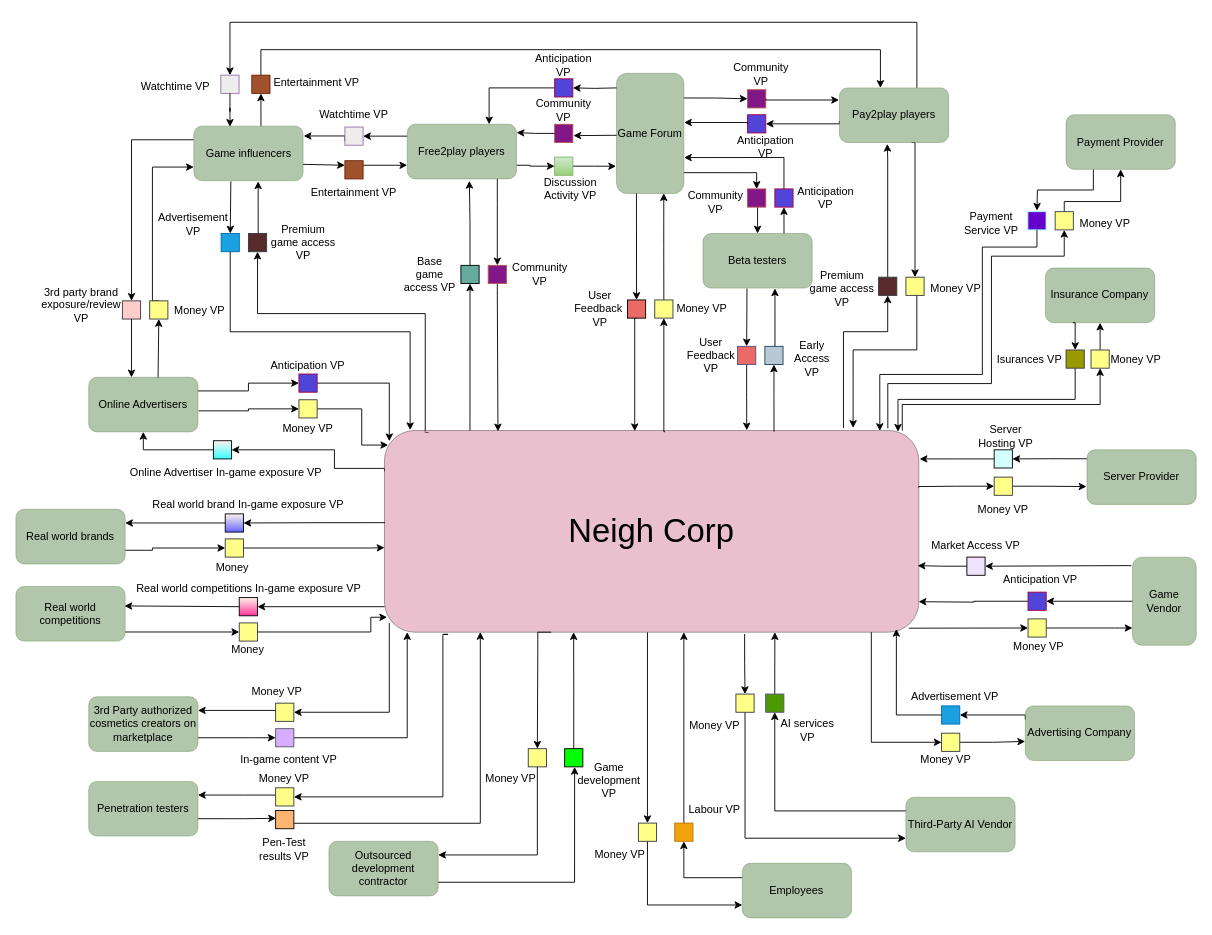
The draw.io diagram page "Diagram" (1 of 2) of media/IS1_Project_VDML.drawio in tudwiglemmel/Neigh-Corp---Golden-Meadows, before the edit. Source tidied: cells renumbered, new cells numbered last; positions are measured from the earlier drawing's top-left corner, leaving out a move shared by most shapes. Both pictures are drawn from the tidied source at 91%, with x=0, y=0 at pixel (15, 22).
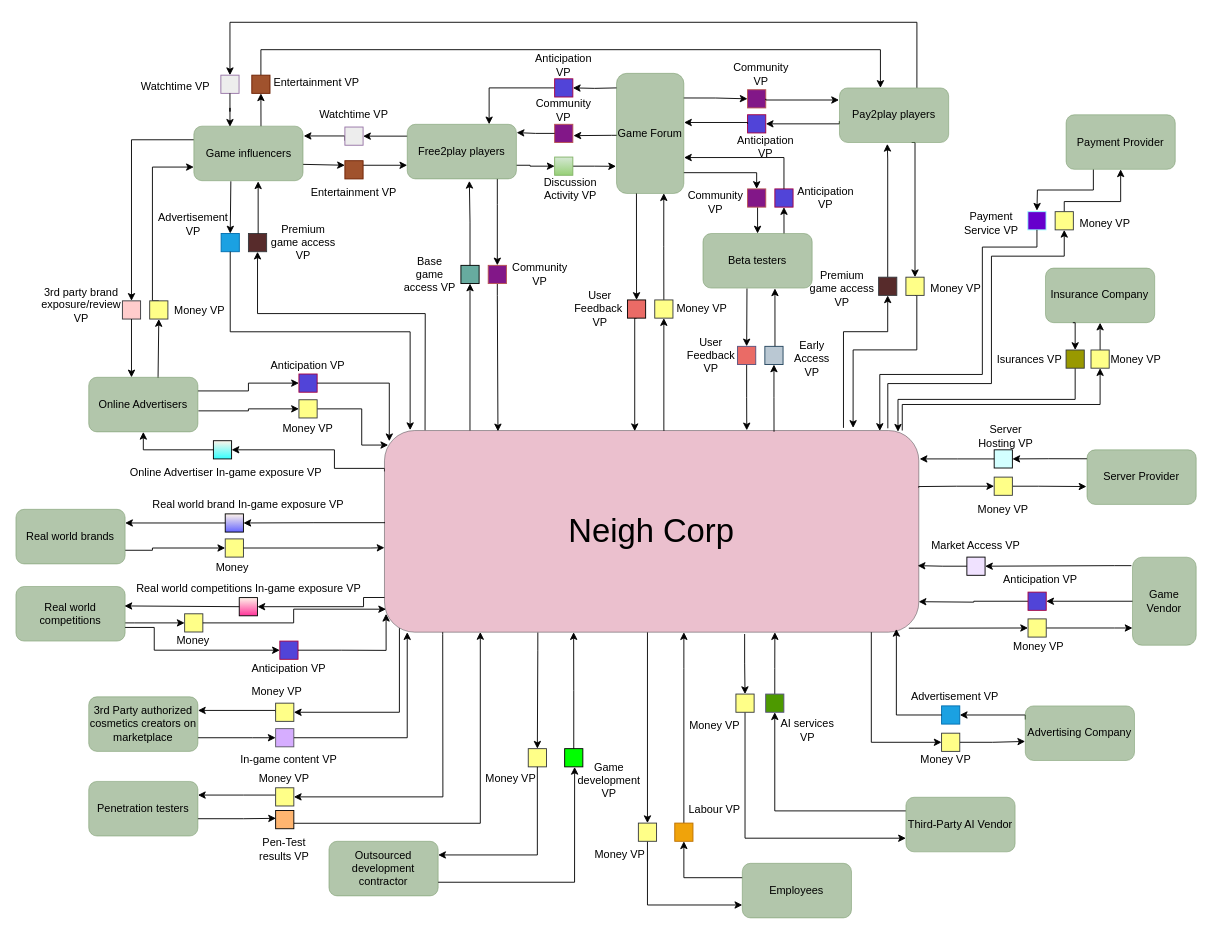
The same diagram, later.

The change refers to these unchanged cells:
```xml
<mxCell id="12" value="&lt;font style=&quot;font-size: 36px;&quot;&gt;Neigh Corp&lt;/font&gt;" style="rounded=1;whiteSpace=wrap;html=1;strokeColor=#36393d;align=center;verticalAlign=middle;fontFamily=Helvetica;fontSize=12;fillColor=light-dark(#D8829D,#903890);opacity=50;" parent="1" vertex="1">
  <mxGeometry x="405" y="448.6" width="587.2" height="221.6" as="geometry" />
</mxCell>
<mxCell id="45" style="whiteSpace=wrap;html=1;fillColor=#ffff88;strokeColor=#36393d;" parent="1" vertex="1">
  <mxGeometry x="285.4" y="841.2" width="20" height="20" as="geometry" />
</mxCell>
<mxCell id="56" style="whiteSpace=wrap;html=1;fillColor=#ffff88;strokeColor=#36393d;" parent="1" vertex="1">
  <mxGeometry x="285.4" y="748.2" width="20" height="20" as="geometry" />
</mxCell>
<mxCell id="83" style="whiteSpace=wrap;html=1;fillColor=#ffff88;strokeColor=#36393d;" parent="1" vertex="1">
  <mxGeometry x="563" y="798.2" width="20" height="20" as="geometry" />
</mxCell>
<mxCell id="95" style="whiteSpace=wrap;html=1;fillColor=#ffff88;strokeColor=#36393d;" parent="1" vertex="1">
  <mxGeometry x="702" y="305.1" width="20" height="20" as="geometry" />
</mxCell>
<mxCell id="135" style="whiteSpace=wrap;html=1;fillColor=light-dark(#572B2B,#572B2B);strokeColor=#36393d;" parent="1" vertex="1">
  <mxGeometry x="255.5" y="232.1" width="20" height="20" as="geometry" />
</mxCell>
<mxCell id="178" value="Real world competitions" style="rounded=1;whiteSpace=wrap;html=1;strokeColor=#678D58;align=center;verticalAlign=middle;fontFamily=Helvetica;fontSize=12;fontColor=default;fillColor=#678D58;opacity=50;" parent="1" vertex="1">
  <mxGeometry y="620" width="120" height="60" as="geometry" />
</mxCell>
<mxCell id="185" style="whiteSpace=wrap;html=1;strokeColor=default;align=center;verticalAlign=middle;fontFamily=Helvetica;fontSize=12;fontColor=default;fillColor=#FFF4EA;gradientColor=#FF3399;" parent="1" vertex="1">
  <mxGeometry x="245.4" y="632.2" width="20" height="20" as="geometry" />
</mxCell>
```

What changed in the source:
```diff
@@
-    <mxCell id="3" style="edgeStyle=orthogonalEdgeStyle;rounded=0;jettySize=auto;html=1;entryX=1;entryY=0.5;entryDx=0;entryDy=0;" parent="1" edge="1" target="45">
+    <mxCell id="3" style="edgeStyle=orthogonalEdgeStyle;rounded=0;jettySize=auto;html=1;entryX=1;entryY=0.5;entryDx=0;entryDy=0;exitX=0.109;exitY=0.999;exitDx=0;exitDy=0;exitPerimeter=0;" parent="1" edge="1" source="12" target="45">
       <mxGeometry relative="1" as="geometry">
-        <mxPoint x="470" y="672.6" as="sourcePoint" />
         <Array as="points">
-          <mxPoint x="474.9" y="672.6" />
-          <mxPoint x="469.2" y="672.6" />
+          <mxPoint x="469" y="672.6" />
+          <mxPoint x="469.2" y="677" />
           <mxPoint x="469.2" y="851.2" />
         </Array>
       </mxGeometry>
     </mxCell>
@@
-    <mxCell id="5" style="edgeStyle=orthogonalEdgeStyle;rounded=0;jettySize=auto;html=1;entryX=1;entryY=0.5;entryDx=0;entryDy=0;exitX=0.009;exitY=0.955;exitDx=0;exitDy=0;exitPerimeter=0;" parent="1" edge="1" source="12" target="56">
+    <mxCell id="5" style="edgeStyle=orthogonalEdgeStyle;rounded=0;jettySize=auto;html=1;entryX=1;entryY=0.5;entryDx=0;entryDy=0;exitX=0.028;exitY=0.98;exitDx=0;exitDy=0;exitPerimeter=0;" parent="1" edge="1" source="12" target="56">
       <mxGeometry relative="1" as="geometry">
         <Array as="points">
-          <mxPoint x="409.9" y="758.2" />
+          <mxPoint x="421.4" y="758.2" />
         </Array>
       </mxGeometry>
     </mxCell>
@@
-    <mxCell id="8" style="rounded=0;jettySize=auto;html=1;exitX=0.083;exitY=0.01;exitDx=0;exitDy=0;entryX=0.5;entryY=1;entryDx=0;entryDy=0;exitPerimeter=0;edgeStyle=orthogonalEdgeStyle;" parent="1" edge="1" source="12" target="135">
-      <mxGeometry relative="1" as="geometry">
+    <mxCell id="8" style="rounded=0;jettySize=auto;html=1;exitX=0.076;exitY=-0.001;exitDx=0;exitDy=0;entryX=0.5;entryY=1;entryDx=0;entryDy=0;exitPerimeter=0;edgeStyle=orthogonalEdgeStyle;" parent="1" edge="1" source="12" target="135">
+      <mxGeometry x="-0.02" relative="1" as="geometry">
         <Array as="points">
+          <mxPoint x="449.6" y="447" />
           <mxPoint x="449.8" y="320.1" />
           <mxPoint x="265.5" y="320.1" />
         </Array>
       </mxGeometry>
     </mxCell>
@@
-    <mxCell id="92" style="edgeStyle=orthogonalEdgeStyle;rounded=0;jettySize=auto;html=1;exitX=0.5;exitY=1;exitDx=0;exitDy=0;startArrow=classic;startFill=1;endArrow=none;endFill=0;entryX=0.525;entryY=0.006;entryDx=0;entryDy=0;entryPerimeter=0;" parent="1" edge="1" source="95" target="12">
-      <mxGeometry relative="1" as="geometry">
+    <mxCell id="92" style="edgeStyle=orthogonalEdgeStyle;rounded=0;jettySize=auto;html=1;exitX=0.5;exitY=1;exitDx=0;exitDy=0;startArrow=classic;startFill=1;endArrow=none;endFill=0;entryX=0.523;entryY=0.002;entryDx=0;entryDy=0;entryPerimeter=0;" parent="1" edge="1" source="95" target="12">
+      <mxGeometry x="0.02" relative="1" as="geometry">
         <Array as="points">
-          <mxPoint x="712.3" y="449.9" />
+          <mxPoint x="712" y="447" />
         </Array>
       </mxGeometry>
     </mxCell>
@@
-    <mxCell id="177" style="edgeStyle=orthogonalEdgeStyle;rounded=0;jettySize=auto;html=1;entryX=0;entryY=0.5;entryDx=0;entryDy=0;" parent="1" edge="1" source="178" target="190">
+    <mxCell id="177" style="edgeStyle=orthogonalEdgeStyle;rounded=0;jettySize=auto;html=1;entryX=0;entryY=0.5;entryDx=0;entryDy=0;" parent="1" edge="1" target="190">
       <mxGeometry relative="1" as="geometry">
+        <mxPoint x="120" y="660" as="sourcePoint" />
         <Array as="points">
-          <mxPoint x="130" y="670.2" />
+          <mxPoint x="130" y="660.2" />
         </Array>
       </mxGeometry>
     </mxCell>
@@
-    <mxCell id="184" style="edgeStyle=orthogonalEdgeStyle;rounded=0;jettySize=auto;html=1;" parent="1" edge="1" target="185">
-      <mxGeometry relative="1" as="geometry">
-        <mxPoint x="405" y="642.2" as="sourcePoint" />
+    <mxCell id="184" style="edgeStyle=orthogonalEdgeStyle;rounded=0;jettySize=auto;html=1;exitX=0;exitY=0.828;exitDx=0;exitDy=0;exitPerimeter=0;" parent="1" edge="1" source="12" target="185">
+      <mxGeometry x="0.15" relative="1" as="geometry">
         <Array as="points">
-          <mxPoint x="405" y="642.2" />
+          <mxPoint x="382" y="632.1" />
+          <mxPoint x="382" y="642.2" />
         </Array>
       </mxGeometry>
     </mxCell>
@@
     <mxCell id="187" value="Money" style="text;html=1;whiteSpace=wrap;strokeColor=none;fillColor=none;align=center;verticalAlign=middle;rounded=0;" parent="1" vertex="1">
-      <mxGeometry x="225.4" y="680" width="60" height="20" as="geometry" />
+      <mxGeometry x="165.4" y="670" width="60" height="20" as="geometry" />
     </mxCell>
@@
     <mxCell id="190" style="whiteSpace=wrap;html=1;strokeColor=#36393d;align=center;verticalAlign=middle;fontFamily=Helvetica;fontSize=12;fontColor=default;fillColor=#ffff88;" parent="1" vertex="1">
-      <mxGeometry x="245.4" y="660" width="20" height="20" as="geometry" />
+      <mxGeometry x="185.4" y="650" width="20" height="20" as="geometry" />
     </mxCell>
@@
-    <mxCell id="192" style="edgeStyle=orthogonalEdgeStyle;rounded=0;jettySize=auto;html=1;entryX=0.005;entryY=0.926;entryDx=0;entryDy=0;entryPerimeter=0;" parent="1" edge="1" source="190" target="12">
-      <mxGeometry relative="1" as="geometry">
-        <Array as="points">
-          <mxPoint x="390" y="670" />
-          <mxPoint x="390" y="653.8" />
-        </Array>
-      </mxGeometry>
+    <mxCell id="192" style="edgeStyle=orthogonalEdgeStyle;rounded=0;jettySize=auto;html=1;entryX=0.003;entryY=0.886;entryDx=0;entryDy=0;entryPerimeter=0;" parent="1" edge="1" source="190" target="12">
+      <mxGeometry x="-0.66" relative="1" as="geometry" />
     </mxCell>
@@
-    <mxCell id="198" style="edgeStyle=orthogonalEdgeStyle;rounded=0;jettySize=auto;html=1;entryX=0.5;entryY=0;entryDx=0;entryDy=0;exitX=0.312;exitY=1;exitDx=0;exitDy=0;exitPerimeter=0;" parent="1" edge="1" source="12" target="83">
+    <mxCell id="198" style="edgeStyle=orthogonalEdgeStyle;rounded=0;jettySize=auto;html=1;entryX=0.5;entryY=0;entryDx=0;entryDy=0;exitX=0.287;exitY=1.002;exitDx=0;exitDy=0;exitPerimeter=0;" parent="1" edge="1" source="12" target="83">
       <mxGeometry relative="1" as="geometry">
         <Array as="points">
           <mxPoint x="573.5" y="690" />
-          <mxPoint x="573" y="690" />
         </Array>
       </mxGeometry>
     </mxCell>
@@
+    <mxCell id="226" value="&lt;div&gt;Anticipation VP&lt;/div&gt;" style="text;html=1;whiteSpace=wrap;strokeColor=none;fillColor=none;align=center;verticalAlign=middle;rounded=0;" parent="1" vertex="1">
+      <mxGeometry x="250" y="700" width="100" height="20" as="geometry" />
+    </mxCell>
+    <mxCell id="227" style="whiteSpace=wrap;html=1;fillColor=#5144D8;fontColor=#ffffff;strokeColor=#A50040;" parent="1" vertex="1">
+      <mxGeometry x="290" y="680" width="20" height="20" as="geometry" />
+    </mxCell>
+    <mxCell id="228" style="edgeStyle=orthogonalEdgeStyle;rounded=0;jettySize=auto;html=1;entryX=0.003;entryY=0.909;entryDx=0;entryDy=0;exitX=1;exitY=0.5;exitDx=0;exitDy=0;entryPerimeter=0;" parent="1" edge="1" source="227" target="12">
+      <mxGeometry x="-0.79" relative="1" as="geometry" />
+    </mxCell>
+    <mxCell id="229" style="edgeStyle=orthogonalEdgeStyle;rounded=0;jettySize=auto;html=1;entryX=0;entryY=0.5;entryDx=0;entryDy=0;exitX=1;exitY=0.75;exitDx=0;exitDy=0;" parent="1" edge="1" source="178" target="227">
+      <mxGeometry x="-0.41" relative="1" as="geometry">
+        <Array as="points">
+          <mxPoint x="152" y="665" />
+          <mxPoint x="152" y="690" />
+        </Array>
+      </mxGeometry>
+    </mxCell>
```
